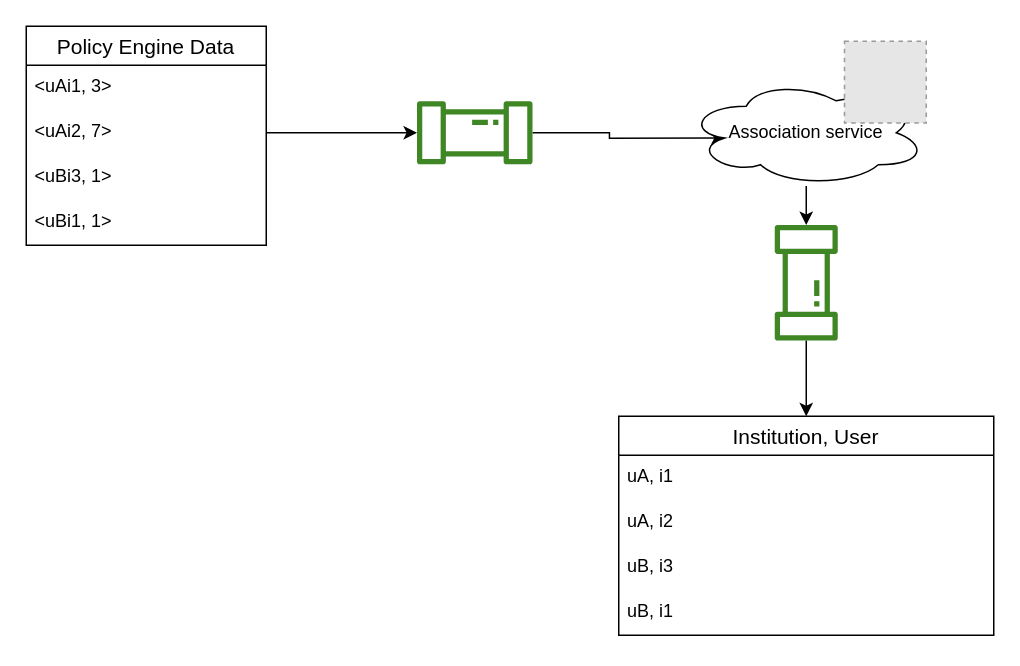
Earlier version of the draw.io diagram diagrams/db/Association service database example.drawio (Apollo-LW/Apollo-LW). Source tidied: cells renumbered, new cells numbered last; positions are measured from the earlier drawing's top-left corner, leaving out a move shared by most shapes. Both pictures are drawn from the tidied source at 150%, with x=0, y=0 at pixel (26, 26). Pictures stored in the file or linked from it are replaced by grey dashed boxes.
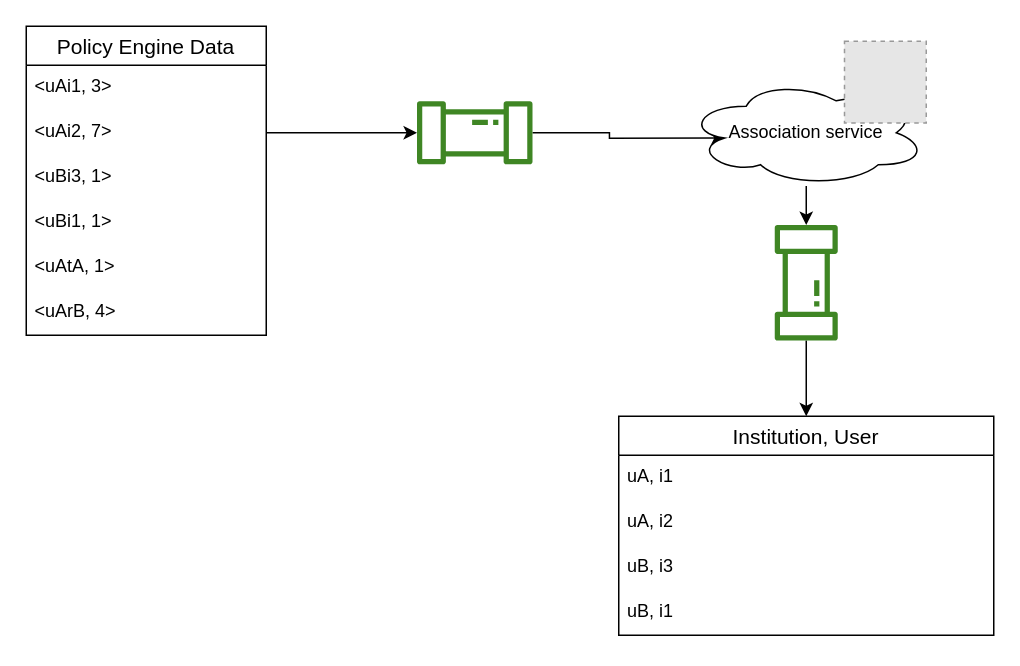
Above is the later version.

The edit, as a diff of the source:
```diff
@@
     <mxCell id="2" value="Policy Engine Data" style="swimlane;fontStyle=0;horizontal=1;startSize=26;align=center;fontSize=14;" parent="1" vertex="1">
-      <mxGeometry width="160" height="146" as="geometry" />
+      <mxGeometry width="160" height="206" as="geometry" />
     </mxCell>
@@
+    <mxCell id="20" value="&amp;lt;uAtA, 1&amp;gt;" style="text;strokeColor=none;fillColor=none;spacingLeft=4;spacingRight=4;overflow=hidden;fontSize=12;whiteSpace=wrap;html=1;" parent="2" vertex="1">
+      <mxGeometry y="146" width="160" height="30" as="geometry" />
+    </mxCell>
+    <mxCell id="21" value="&amp;lt;uArB, 4&amp;gt;" style="text;strokeColor=none;fillColor=none;spacingLeft=4;spacingRight=4;overflow=hidden;fontSize=12;whiteSpace=wrap;html=1;" parent="2" vertex="1">
+      <mxGeometry y="176" width="160" height="30" as="geometry" />
+    </mxCell>
```
